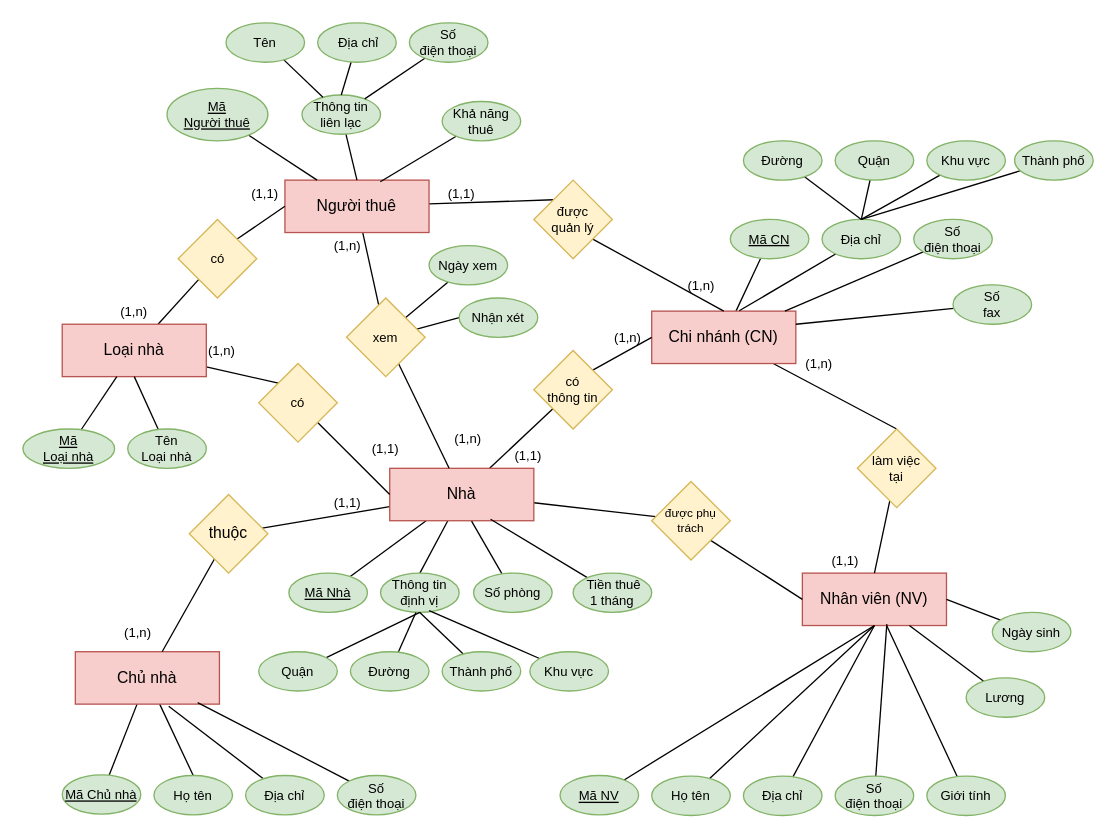
Above: EXERCISES/BTN.drawio in andytino/Documents-Database (draw.io), before the change. Source tidied: cells renumbered, new cells numbered last; positions are measured from the earlier drawing's top-left corner, leaving out a move shared by most shapes. Both pictures are drawn from the tidied source at 131%, with x=0, y=0 at pixel (22, 22).
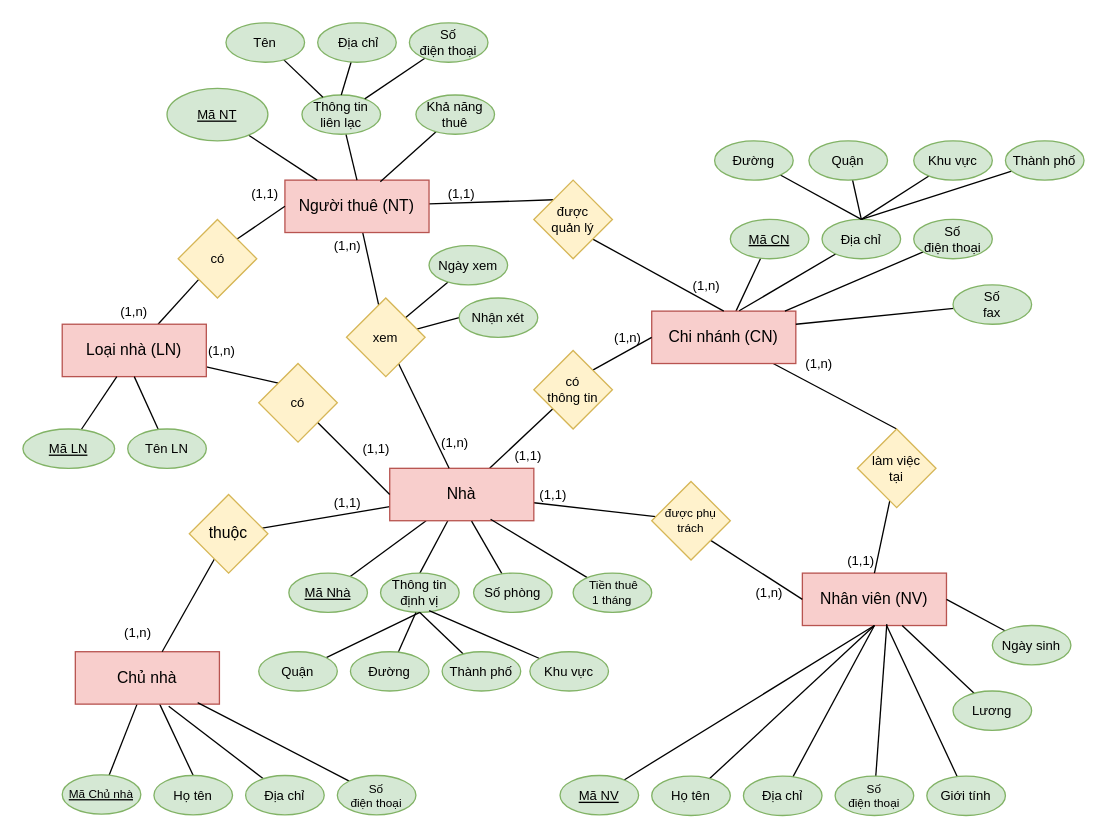
After the change.

The edit, as a diff of the source:
```diff
@@
-    <mxCell id="4" value="Người thuê" style="rounded=0;whiteSpace=wrap;html=1;fillColor=#f8cecc;strokeColor=#b85450;" parent="1" vertex="1">
+    <mxCell id="4" value="Người thuê (NT)" style="rounded=0;whiteSpace=wrap;html=1;fillColor=#f8cecc;strokeColor=#b85450;" parent="1" vertex="1">
       <mxGeometry x="200" y="120" width="110" height="40" as="geometry" />
     </mxCell>
@@
-    <mxCell id="16" value="Loại nhà" style="rounded=0;whiteSpace=wrap;html=1;fillColor=#f8cecc;strokeColor=#b85450;" parent="1" vertex="1">
+    <mxCell id="16" value="Loại nhà (LN)" style="rounded=0;whiteSpace=wrap;html=1;fillColor=#f8cecc;strokeColor=#b85450;" parent="1" vertex="1">
       <mxGeometry x="30" y="230" width="110" height="40" as="geometry" />
     </mxCell>
@@
     <mxCell id="41" value="Đường" style="ellipse;whiteSpace=wrap;html=1;fontFamily=Helvetica;fontSize=10;fillColor=#d5e8d4;strokeColor=#82b366;" parent="1" vertex="1">
-      <mxGeometry x="550" y="90" width="60" height="30" as="geometry" />
+      <mxGeometry x="528" y="90" width="60" height="30" as="geometry" />
     </mxCell>
@@
     <mxCell id="43" value="Thành phố" style="ellipse;whiteSpace=wrap;html=1;fontFamily=Helvetica;fontSize=10;fillColor=#d5e8d4;strokeColor=#82b366;" parent="1" vertex="1">
-      <mxGeometry x="757" y="90" width="60" height="30" as="geometry" />
+      <mxGeometry x="750" y="90" width="60" height="30" as="geometry" />
     </mxCell>
@@
     <mxCell id="45" value="Khu vực" style="ellipse;whiteSpace=wrap;html=1;fontFamily=Helvetica;fontSize=10;fillColor=#d5e8d4;strokeColor=#82b366;" parent="1" vertex="1">
-      <mxGeometry x="690" y="90" width="60" height="30" as="geometry" />
+      <mxGeometry x="680" y="90" width="60" height="30" as="geometry" />
     </mxCell>
@@
     <mxCell id="47" value="Quận" style="ellipse;whiteSpace=wrap;html=1;fontFamily=Helvetica;fontSize=10;fillColor=#d5e8d4;strokeColor=#82b366;" parent="1" vertex="1">
-      <mxGeometry x="620" y="90" width="60" height="30" as="geometry" />
+      <mxGeometry x="600" y="90" width="60" height="30" as="geometry" />
     </mxCell>
@@
-    <mxCell id="57" value="Số&lt;br&gt;điện thoại" style="ellipse;whiteSpace=wrap;html=1;fontFamily=Helvetica;fontSize=10;fillColor=#d5e8d4;strokeColor=#82b366;" parent="1" vertex="1">
+    <mxCell id="57" value="Số&lt;br style=&quot;font-size: 9px;&quot;&gt;điện thoại" style="ellipse;whiteSpace=wrap;html=1;fontFamily=Helvetica;fontSize=9;fillColor=#d5e8d4;strokeColor=#82b366;" parent="1" vertex="1">
       <mxGeometry x="620" y="575" width="60" height="30" as="geometry" />
     </mxCell>
@@
     <mxCell id="63" value="Ngày sinh" style="ellipse;whiteSpace=wrap;html=1;fontFamily=Helvetica;fontSize=10;fillColor=#d5e8d4;strokeColor=#82b366;" parent="1" vertex="1">
-      <mxGeometry x="740" y="450" width="60" height="30" as="geometry" />
+      <mxGeometry x="740" y="460" width="60" height="30" as="geometry" />
     </mxCell>
@@
     <mxCell id="65" value="Lương" style="ellipse;whiteSpace=wrap;html=1;fontFamily=Helvetica;fontSize=10;fillColor=#d5e8d4;strokeColor=#82b366;" parent="1" vertex="1">
-      <mxGeometry x="720" y="500" width="60" height="30" as="geometry" />
+      <mxGeometry x="710" y="510" width="60" height="30" as="geometry" />
     </mxCell>
@@
-    <mxCell id="68" value="&lt;u&gt;Mã Chủ nhà&lt;/u&gt;" style="ellipse;whiteSpace=wrap;html=1;fontFamily=Helvetica;fontSize=10;fillColor=#d5e8d4;strokeColor=#82b366;" parent="1" vertex="1">
+    <mxCell id="68" value="&lt;u style=&quot;font-size: 9px;&quot;&gt;Mã Chủ nhà&lt;/u&gt;" style="ellipse;whiteSpace=wrap;html=1;fontFamily=Helvetica;fontSize=9;fillColor=#d5e8d4;strokeColor=#82b366;" parent="1" vertex="1">
       <mxGeometry x="30" y="574" width="60" height="30" as="geometry" />
     </mxCell>
@@
-    <mxCell id="72" value="Số&lt;br&gt;điện thoại" style="ellipse;whiteSpace=wrap;html=1;fontFamily=Helvetica;fontSize=10;fillColor=#d5e8d4;strokeColor=#82b366;" parent="1" vertex="1">
+    <mxCell id="72" value="Số&lt;br style=&quot;font-size: 9px;&quot;&gt;điện thoại" style="ellipse;whiteSpace=wrap;html=1;fontFamily=Helvetica;fontSize=9;fillColor=#d5e8d4;strokeColor=#82b366;" parent="1" vertex="1">
       <mxGeometry x="240" y="574.5" width="60" height="30" as="geometry" />
     </mxCell>
@@
-    <mxCell id="87" value="&amp;nbsp;Tiền thuê&lt;br&gt;1 tháng" style="ellipse;whiteSpace=wrap;html=1;fontFamily=Helvetica;fontSize=10;fillColor=#d5e8d4;strokeColor=#82b366;" parent="1" vertex="1">
+    <mxCell id="87" value="&amp;nbsp;Tiền thuê&lt;br style=&quot;font-size: 9px;&quot;&gt;1 tháng" style="ellipse;whiteSpace=wrap;html=1;fontFamily=Helvetica;fontSize=9;fillColor=#d5e8d4;strokeColor=#82b366;" parent="1" vertex="1">
       <mxGeometry x="420" y="420" width="60" height="30" as="geometry" />
     </mxCell>
@@
-    <mxCell id="89" value="&lt;u&gt;Mã &lt;br&gt;Người thuê&lt;/u&gt;" style="ellipse;whiteSpace=wrap;html=1;fontFamily=Helvetica;fontSize=10;fillColor=#d5e8d4;strokeColor=#82b366;" parent="1" vertex="1">
+    <mxCell id="89" value="&lt;u&gt;Mã NT&lt;br&gt;&lt;/u&gt;" style="ellipse;whiteSpace=wrap;html=1;fontFamily=Helvetica;fontSize=10;fillColor=#d5e8d4;strokeColor=#82b366;" parent="1" vertex="1">
       <mxGeometry x="110" y="50" width="77" height="40" as="geometry" />
     </mxCell>
@@
     <mxCell id="99" value="Khả năng&lt;br&gt;thuê" style="ellipse;whiteSpace=wrap;html=1;fontFamily=Helvetica;fontSize=10;fillColor=#d5e8d4;strokeColor=#82b366;" parent="1" vertex="1">
-      <mxGeometry x="320" y="60" width="60" height="30" as="geometry" />
+      <mxGeometry x="300" y="55" width="60" height="30" as="geometry" />
     </mxCell>
@@
-    <mxCell id="101" value="&lt;u&gt;Mã &lt;br&gt;Loại nhà&lt;/u&gt;" style="ellipse;whiteSpace=wrap;html=1;fontFamily=Helvetica;fontSize=10;fillColor=#d5e8d4;strokeColor=#82b366;" parent="1" vertex="1">
+    <mxCell id="101" value="&lt;u&gt;Mã LN&lt;/u&gt;" style="ellipse;whiteSpace=wrap;html=1;fontFamily=Helvetica;fontSize=10;fillColor=#d5e8d4;strokeColor=#82b366;" parent="1" vertex="1">
       <mxGeometry y="310" width="70" height="30" as="geometry" />
     </mxCell>
@@
-    <mxCell id="103" value="Tên&lt;br&gt;Loại nhà" style="ellipse;whiteSpace=wrap;html=1;fontFamily=Helvetica;fontSize=10;fillColor=#d5e8d4;strokeColor=#82b366;" parent="1" vertex="1">
+    <mxCell id="103" value="Tên LN" style="ellipse;whiteSpace=wrap;html=1;fontFamily=Helvetica;fontSize=10;fillColor=#d5e8d4;strokeColor=#82b366;" parent="1" vertex="1">
       <mxGeometry x="80" y="310" width="60" height="30" as="geometry" />
     </mxCell>
@@
     <mxCell id="105" value="(1,1)" style="text;html=1;strokeColor=none;fillColor=none;align=center;verticalAlign=middle;whiteSpace=wrap;rounded=0;fontFamily=Helvetica;fontSize=10;fontColor=default;" parent="1" vertex="1">
-      <mxGeometry x="610" y="400" width="36" height="20" as="geometry" />
+      <mxGeometry x="622" y="400" width="36" height="20" as="geometry" />
     </mxCell>
@@
     <mxCell id="111" value="(1,1)" style="text;html=1;strokeColor=none;fillColor=none;align=center;verticalAlign=middle;whiteSpace=wrap;rounded=0;fontFamily=Helvetica;fontSize=10;fontColor=default;" parent="1" vertex="1">
-      <mxGeometry x="259" y="315" width="36" height="20" as="geometry" />
+      <mxGeometry x="252" y="315" width="36" height="20" as="geometry" />
     </mxCell>
@@
     <mxCell id="113" value="(1,n)" style="text;html=1;strokeColor=none;fillColor=none;align=center;verticalAlign=middle;whiteSpace=wrap;rounded=0;fontFamily=Helvetica;fontSize=10;fontColor=default;" parent="1" vertex="1">
-      <mxGeometry x="322" y="307" width="36" height="20" as="geometry" />
+      <mxGeometry x="312" y="310" width="36" height="20" as="geometry" />
     </mxCell>
@@
     <mxCell id="118" value="(1,n)" style="text;html=1;strokeColor=none;fillColor=none;align=center;verticalAlign=middle;whiteSpace=wrap;rounded=0;fontFamily=Helvetica;fontSize=10;fontColor=default;" parent="1" vertex="1">
-      <mxGeometry x="500" y="190" width="36" height="20" as="geometry" />
+      <mxGeometry x="504" y="190" width="36" height="20" as="geometry" />
     </mxCell>
@@
+    <mxCell id="120" value="(1,1)" style="text;html=1;strokeColor=none;fillColor=none;align=center;verticalAlign=middle;whiteSpace=wrap;rounded=0;fontFamily=Helvetica;fontSize=10;fontColor=default;" parent="1" vertex="1">
+      <mxGeometry x="387" y="350" width="36" height="20" as="geometry" />
+    </mxCell>
+    <mxCell id="121" value="(1,n)" style="text;html=1;strokeColor=none;fillColor=none;align=center;verticalAlign=middle;whiteSpace=wrap;rounded=0;fontFamily=Helvetica;fontSize=10;fontColor=default;" parent="1" vertex="1">
+      <mxGeometry x="552" y="425" width="36" height="20" as="geometry" />
+    </mxCell>
```
